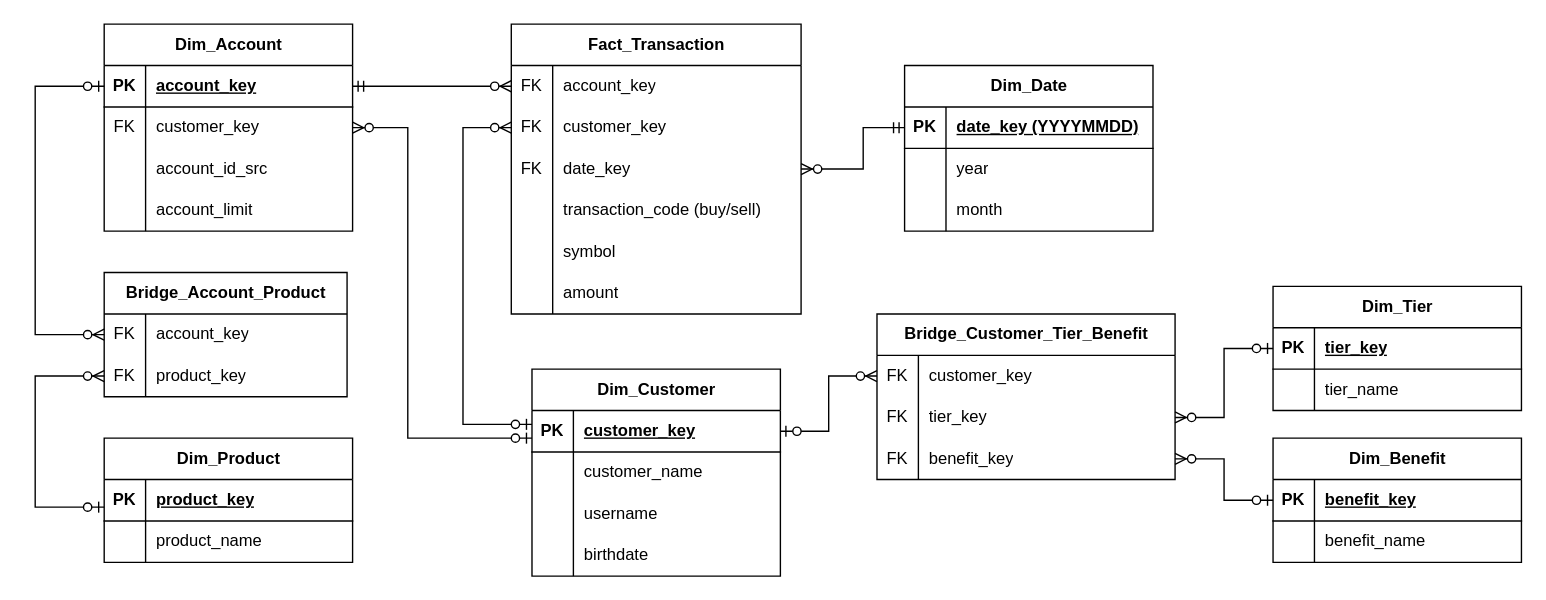
This is docs/diagrama_dw.drawio from isk4/ejercicio-data-jr, a draw.io file, before an edit. Source tidied: cells renumbered, new cells numbered last; positions are measured from the earlier drawing's top-left corner, leaving out a move shared by most shapes. Both pictures are drawn from the tidied source at 138%, with x=0, y=0 at pixel (34, 23).
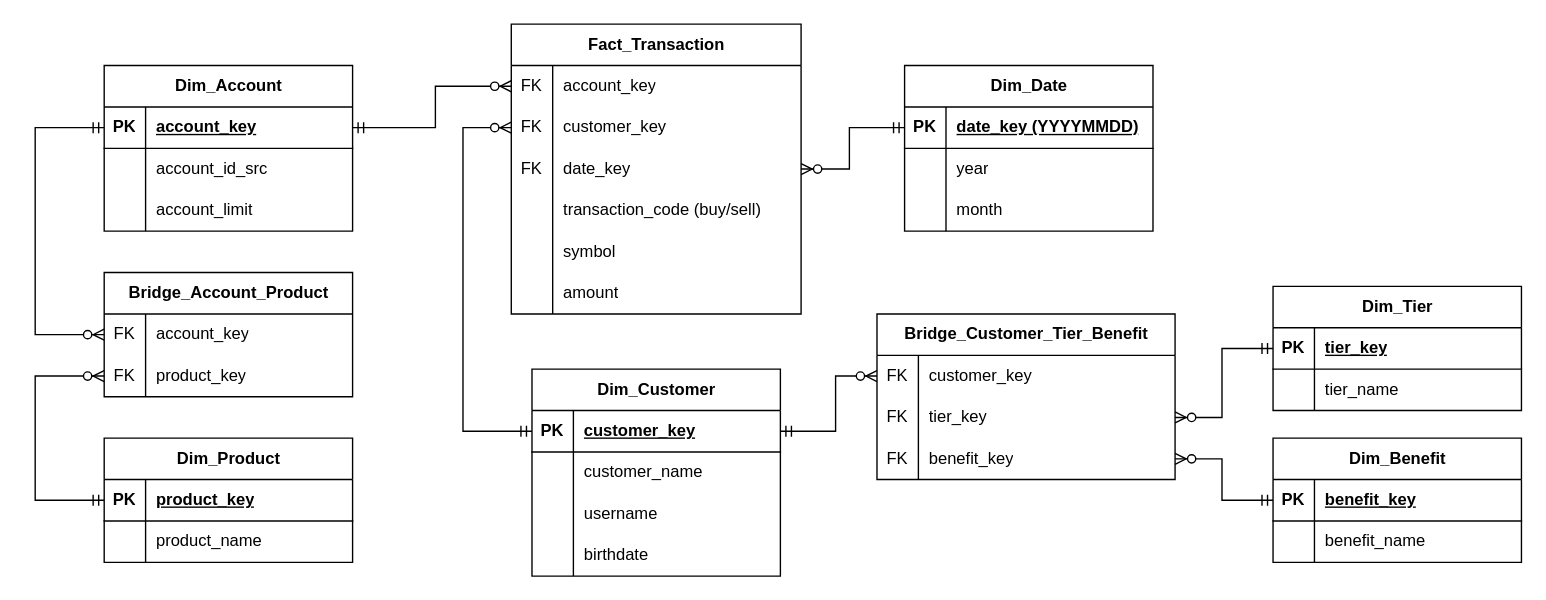
The same page after the edit.

Commit message (it also covers changes not shown here):
Remove customer_key from transactions and fix relationship optionality

Unchanged cells that the change refers to:
```xml
<mxCell id="3" style="shape=tableRow;horizontal=0;startSize=0;swimlaneHead=0;swimlaneBody=0;fillColor=none;points=[[0,0.5],[1,0.5]];portConstraint=eastwest;top=0;left=0;right=0;bottom=1;" parent="2" vertex="1">
  <mxGeometry y="30" width="180" height="30" as="geometry" />
</mxCell>
<mxCell id="16" style="shape=tableRow;horizontal=0;startSize=0;swimlaneHead=0;swimlaneBody=0;fillColor=none;points=[[0,0.5],[1,0.5]];portConstraint=eastwest;top=0;left=0;right=0;bottom=0;" parent="15" vertex="1">
  <mxGeometry y="30" width="210" height="30" as="geometry" />
</mxCell>
<mxCell id="19" style="shape=tableRow;horizontal=0;startSize=0;swimlaneHead=0;swimlaneBody=0;fillColor=none;points=[[0,0.5],[1,0.5]];portConstraint=eastwest;top=0;left=0;right=0;bottom=0;" parent="15" vertex="1">
  <mxGeometry y="60" width="210" height="30" as="geometry" />
</mxCell>
<mxCell id="22" style="shape=tableRow;horizontal=0;startSize=0;swimlaneHead=0;swimlaneBody=0;fillColor=none;points=[[0,0.5],[1,0.5]];portConstraint=eastwest;top=0;left=0;right=0;bottom=0;" parent="15" vertex="1">
  <mxGeometry y="90" width="210" height="30" as="geometry" />
</mxCell>
<mxCell id="35" style="shape=tableRow;horizontal=0;startSize=0;swimlaneHead=0;swimlaneBody=0;fillColor=none;points=[[0,0.5],[1,0.5]];portConstraint=eastwest;top=0;left=0;right=0;bottom=1;" parent="34" vertex="1">
  <mxGeometry y="30" width="180" height="30" as="geometry" />
</mxCell>
<mxCell id="45" style="shape=tableRow;horizontal=0;startSize=0;swimlaneHead=0;swimlaneBody=0;fillColor=none;points=[[0,0.5],[1,0.5]];portConstraint=eastwest;top=0;left=0;right=0;bottom=1;" parent="44" vertex="1">
  <mxGeometry y="30" width="180" height="30" as="geometry" />
</mxCell>
<mxCell id="52" style="shape=tableRow;horizontal=0;startSize=0;swimlaneHead=0;swimlaneBody=0;fillColor=none;points=[[0,0.5],[1,0.5]];portConstraint=eastwest;top=0;left=0;right=0;bottom=1;" parent="51" vertex="1">
  <mxGeometry y="30" width="180" height="30" as="geometry" />
</mxCell>
<mxCell id="65" style="shape=tableRow;horizontal=0;startSize=0;swimlaneHead=0;swimlaneBody=0;fillColor=none;points=[[0,0.5],[1,0.5]];portConstraint=eastwest;top=0;left=0;right=0;bottom=1;" parent="64" vertex="1">
  <mxGeometry y="30" width="180" height="30" as="geometry" />
</mxCell>
<mxCell id="72" style="shape=tableRow;horizontal=0;startSize=0;swimlaneHead=0;swimlaneBody=0;fillColor=none;points=[[0,0.5],[1,0.5]];portConstraint=eastwest;top=0;left=0;right=0;bottom=1;" parent="71" vertex="1">
  <mxGeometry y="30" width="180" height="30" as="geometry" />
</mxCell>
<mxCell id="79" style="shape=tableRow;horizontal=0;startSize=0;swimlaneHead=0;swimlaneBody=0;fillColor=none;points=[[0,0.5],[1,0.5]];portConstraint=eastwest;top=0;left=0;right=0;bottom=0;" parent="78" vertex="1">
  <mxGeometry y="30" width="216" height="30" as="geometry" />
</mxCell>
<mxCell id="82" style="shape=tableRow;horizontal=0;startSize=0;swimlaneHead=0;swimlaneBody=0;fillColor=none;points=[[0,0.5],[1,0.5]];portConstraint=eastwest;top=0;left=0;right=0;bottom=0;" parent="78" vertex="1">
  <mxGeometry y="60" width="216" height="30" as="geometry" />
</mxCell>
<mxCell id="85" style="shape=tableRow;horizontal=0;startSize=0;swimlaneHead=0;swimlaneBody=0;fillColor=none;points=[[0,0.5],[1,0.5]];portConstraint=eastwest;top=0;left=0;right=0;bottom=0;" parent="78" vertex="1">
  <mxGeometry y="90" width="216" height="30" as="geometry" />
</mxCell>
```

What changed in the source:
```diff
@@
     <mxCell id="2" value="Dim_Account" style="shape=table;startSize=30;childLayout=tableLayout;rowLines=0;fontStyle=1;align=center;html=1;" parent="1" vertex="1">
-      <mxGeometry x="50" width="180" height="150" as="geometry" />
+      <mxGeometry x="50" y="30" width="180" height="120" as="geometry" />
     </mxCell>
@@
-    <mxCell id="6" style="shape=tableRow;horizontal=0;startSize=0;swimlaneHead=0;swimlaneBody=0;fillColor=none;points=[[0,0.5],[1,0.5]];portConstraint=eastwest;top=0;left=0;right=0;bottom=0;" parent="2" vertex="1">
-      <mxGeometry y="60" width="180" height="30" as="geometry" />
-    </mxCell>
-    <mxCell id="7" value="FK" style="shape=partialRectangle;fillColor=none;top=0;left=0;bottom=0;right=0;overflow=hidden;whiteSpace=wrap;html=1;" parent="6" vertex="1">
-      <mxGeometry width="30" height="30" as="geometry" />
-    </mxCell>
-    <mxCell id="8" value="customer_key" style="shape=partialRectangle;fillColor=none;top=0;left=0;bottom=0;right=0;align=left;spacingLeft=6;overflow=hidden;whiteSpace=wrap;html=1;" parent="6" vertex="1">
-      <mxGeometry x="30" width="150" height="30" as="geometry" />
-    </mxCell>
     <mxCell id="9" style="shape=tableRow;horizontal=0;startSize=0;swimlaneHead=0;swimlaneBody=0;fillColor=none;top=0;left=0;right=0;bottom=0;" parent="2" vertex="1">
-      <mxGeometry y="90" width="180" height="30" as="geometry" />
+      <mxGeometry y="60" width="180" height="30" as="geometry" />
     </mxCell>
@@
     <mxCell id="12" style="shape=tableRow;horizontal=0;startSize=0;swimlaneHead=0;swimlaneBody=0;fillColor=none;top=0;left=0;right=0;bottom=0;" parent="2" vertex="1">
-      <mxGeometry y="120" width="180" height="30" as="geometry" />
+      <mxGeometry y="90" width="180" height="30" as="geometry" />
     </mxCell>
@@
-    <mxCell id="88" style="edgeStyle=orthogonalEdgeStyle;fontSize=12;html=1;endArrow=ERzeroToMany;startArrow=ERzeroToOne;rounded=0;" parent="1" edge="1" source="65" target="85">
-      <mxGeometry relative="1" as="geometry" />
-    </mxCell>
-    <mxCell id="89" style="edgeStyle=orthogonalEdgeStyle;fontSize=12;html=1;endArrow=ERzeroToMany;startArrow=ERzeroToOne;rounded=0;" parent="1" edge="1" source="72" target="82">
-      <mxGeometry relative="1" as="geometry" />
-    </mxCell>
-    <mxCell id="90" style="edgeStyle=orthogonalEdgeStyle;fontSize=12;html=1;endArrow=ERzeroToMany;startArrow=ERzeroToOne;rounded=0;" parent="1" edge="1" source="52" target="79">
-      <mxGeometry relative="1" as="geometry" />
-    </mxCell>
     <mxCell id="91" style="edgeStyle=orthogonalEdgeStyle;fontSize=12;html=1;endArrow=ERzeroToMany;startArrow=ERmandOne;rounded=0;" parent="1" edge="1" source="3" target="16">
       <mxGeometry relative="1" as="geometry">
         <Array as="points">
-          <mxPoint x="370" y="45" />
-          <mxPoint x="370" y="45" />
+          <mxPoint x="290" y="75" />
+          <mxPoint x="290" y="45" />
         </Array>
       </mxGeometry>
     </mxCell>
     <mxCell id="92" style="edgeStyle=orthogonalEdgeStyle;fontSize=12;html=1;endArrow=ERzeroToMany;startArrow=ERmandOne;rounded=0;" parent="1" edge="1" source="35" target="22">
       <mxGeometry relative="1" as="geometry">
         <Array as="points">
-          <mxPoint x="600" y="75" />
-          <mxPoint x="600" y="105" />
+          <mxPoint x="590" y="75" />
+          <mxPoint x="590" y="105" />
         </Array>
       </mxGeometry>
     </mxCell>
     <mxCell id="93" value="Bridge_Account_Product" style="shape=table;startSize=30;childLayout=tableLayout;rowLines=0;fontStyle=1;align=center;html=1;" parent="1" vertex="1">
-      <mxGeometry x="50" y="180" width="176" height="90" as="geometry" />
+      <mxGeometry x="50" y="180" width="180" height="90" as="geometry" />
     </mxCell>
     <mxCell id="94" style="shape=tableRow;horizontal=0;startSize=0;swimlaneHead=0;swimlaneBody=0;fillColor=none;points=[[0,0.5],[1,0.5]];portConstraint=eastwest;top=0;left=0;right=0;bottom=0;" parent="93" vertex="1">
-      <mxGeometry y="30" width="176" height="30" as="geometry" />
+      <mxGeometry y="30" width="180" height="30" as="geometry" />
     </mxCell>
@@
     <mxCell id="96" value="account_key" style="shape=partialRectangle;fillColor=none;top=0;left=0;bottom=0;right=0;align=left;spacingLeft=6;overflow=hidden;whiteSpace=wrap;html=1;" parent="94" vertex="1">
-      <mxGeometry x="30" width="146" height="30" as="geometry" />
+      <mxGeometry x="30" width="150" height="30" as="geometry" />
     </mxCell>
     <mxCell id="97" style="shape=tableRow;horizontal=0;startSize=0;swimlaneHead=0;swimlaneBody=0;fillColor=none;points=[[0,0.5],[1,0.5]];portConstraint=eastwest;top=0;left=0;right=0;bottom=0;" parent="93" vertex="1">
-      <mxGeometry y="60" width="176" height="30" as="geometry" />
+      <mxGeometry y="60" width="180" height="30" as="geometry" />
     </mxCell>
@@
     <mxCell id="99" value="product_key" style="shape=partialRectangle;fillColor=none;top=0;left=0;bottom=0;right=0;align=left;spacingLeft=6;overflow=hidden;whiteSpace=wrap;html=1;" parent="97" vertex="1">
-      <mxGeometry x="30" width="146" height="30" as="geometry" />
+      <mxGeometry x="30" width="150" height="30" as="geometry" />
     </mxCell>
+    <mxCell id="102" style="edgeStyle=orthogonalEdgeStyle;fontSize=12;html=1;endArrow=ERzeroToMany;startArrow=ERmandOne;rounded=0;" parent="1" edge="1" source="52" target="19">
+      <mxGeometry relative="1" as="geometry">
+        <Array as="points">
+          <mxPoint x="310" y="295" />
+          <mxPoint x="310" y="75" />
+        </Array>
+      </mxGeometry>
+    </mxCell>
-    <mxCell id="100" style="edgeStyle=orthogonalEdgeStyle;fontSize=12;html=1;endArrow=ERzeroToMany;startArrow=ERzeroToOne;rounded=0;" parent="1" edge="1" source="45" target="97">
+    <mxCell id="100" style="edgeStyle=orthogonalEdgeStyle;fontSize=12;html=1;endArrow=ERzeroToMany;startArrow=ERmandOne;rounded=0;" parent="1" edge="1" source="45" target="97">
       <mxGeometry relative="1" as="geometry">
         <Array as="points">
-          <mxPoint y="350" />
+          <mxPoint y="345" />
           <mxPoint y="255" />
         </Array>
       </mxGeometry>
     </mxCell>
-    <mxCell id="101" style="edgeStyle=orthogonalEdgeStyle;fontSize=12;html=1;endArrow=ERzeroToMany;startArrow=ERzeroToOne;rounded=0;" parent="1" edge="1" source="3" target="94">
+    <mxCell id="101" style="edgeStyle=orthogonalEdgeStyle;fontSize=12;html=1;endArrow=ERzeroToMany;startArrow=ERmandOne;rounded=0;" parent="1" edge="1" source="3" target="94">
       <mxGeometry relative="1" as="geometry">
         <Array as="points">
-          <mxPoint y="45" />
+          <mxPoint y="75" />
           <mxPoint y="225" />
         </Array>
       </mxGeometry>
     </mxCell>
-    <mxCell id="102" style="edgeStyle=orthogonalEdgeStyle;fontSize=12;html=1;endArrow=ERzeroToMany;startArrow=ERzeroToOne;rounded=0;" parent="1" edge="1" source="52" target="19">
-      <mxGeometry relative="1" as="geometry">
-        <Array as="points">
-          <mxPoint x="310" y="290" />
-          <mxPoint x="310" y="75" />
-        </Array>
-      </mxGeometry>
-    </mxCell>
-    <mxCell id="103" style="edgeStyle=orthogonalEdgeStyle;fontSize=12;html=1;endArrow=ERzeroToMany;startArrow=ERzeroToOne;rounded=0;" parent="1" edge="1" source="52" target="6">
-      <mxGeometry relative="1" as="geometry">
-        <Array as="points">
-          <mxPoint x="270" y="300" />
-          <mxPoint x="270" y="75" />
-        </Array>
-      </mxGeometry>
-    </mxCell>
+    <mxCell id="90" style="edgeStyle=orthogonalEdgeStyle;fontSize=12;html=1;endArrow=ERzeroToMany;startArrow=ERmandOne;rounded=0;" parent="1" edge="1" source="52" target="79">
+      <mxGeometry relative="1" as="geometry">
+        <Array as="points">
+          <mxPoint x="580" y="295" />
+          <mxPoint x="580" y="255" />
+        </Array>
+      </mxGeometry>
+    </mxCell>
+    <mxCell id="89" style="edgeStyle=orthogonalEdgeStyle;fontSize=12;html=1;endArrow=ERzeroToMany;startArrow=ERmandOne;rounded=0;" parent="1" edge="1" source="72" target="82">
+      <mxGeometry relative="1" as="geometry">
+        <Array as="points">
+          <mxPoint x="860" y="235" />
+          <mxPoint x="860" y="285" />
+        </Array>
+      </mxGeometry>
+    </mxCell>
+    <mxCell id="88" style="edgeStyle=orthogonalEdgeStyle;fontSize=12;html=1;endArrow=ERzeroToMany;startArrow=ERmandOne;rounded=0;" parent="1" edge="1" source="65" target="85">
+      <mxGeometry relative="1" as="geometry">
+        <Array as="points">
+          <mxPoint x="860" y="345" />
+          <mxPoint x="860" y="315" />
+        </Array>
+      </mxGeometry>
+    </mxCell>
```
